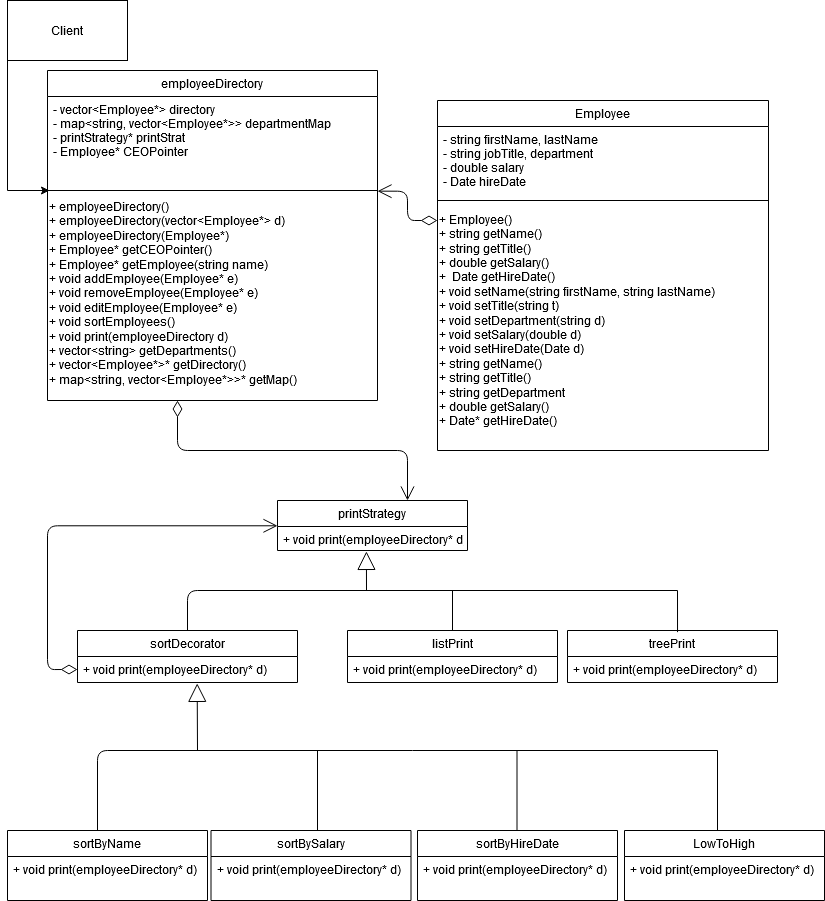
This is images/final_diagram.png from davids598/EmployeeDirectoryProgram, a draw.io export, as it was before one commit. Source tidied: cells renumbered, new cells last; positions are measured from the earlier drawing's top-left corner, leaving out a move shared by most shapes.
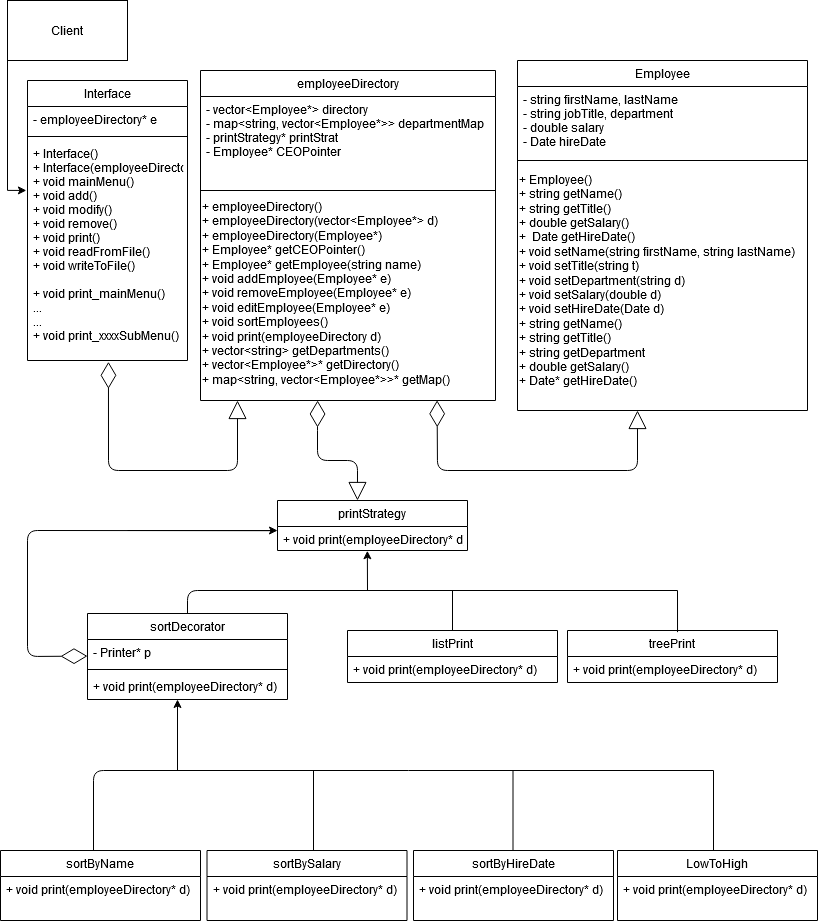
The same file after the commit.

Commit message:
updated class diagram

The edit, as a diff of the source:
```diff
@@ -3,48 +3,48 @@
     <mxCell id="0" />
     <mxCell id="1" parent="0" />
     <mxCell id="2" value="Employee" style="swimlane;fontStyle=0;align=center;verticalAlign=top;horizontal=1;startSize=26;rounded=0;shadow=0;strokeWidth=1;" parent="1" vertex="1">
-      <mxGeometry x="430" y="100" width="331" height="350" as="geometry" />
+      <mxGeometry x="510" y="60" width="290" height="350" as="geometry" />
     </mxCell>
     <mxCell id="3" value="- string firstName, lastName&#10;- string jobTitle, department&#10;- double salary&#10;- Date hireDate&#10; " style="text;align=left;verticalAlign=top;spacingLeft=4;spacingRight=4;overflow=hidden;" parent="2" vertex="1">
-      <mxGeometry y="26" width="331" height="64" as="geometry" />
+      <mxGeometry y="26" width="290" height="64" as="geometry" />
     </mxCell>
     <mxCell id="4" style="line;html=1;strokeWidth=1;align=left;verticalAlign=middle;spacingTop=-1;spacingLeft=3;spacingRight=3;labelPosition=right;" parent="2" vertex="1">
-      <mxGeometry y="90" width="331" height="20" as="geometry" />
+      <mxGeometry y="90" width="290" height="20" as="geometry" />
     </mxCell>
     <mxCell id="5" value="&lt;div&gt;+ Employee()&lt;/div&gt;&lt;div&gt;+ string getName()&lt;/div&gt;&lt;div align=&quot;left&quot;&gt;+ string getTitle()&lt;/div&gt;&lt;div align=&quot;left&quot;&gt;+ double getSalary()&lt;/div&gt;&lt;div align=&quot;left&quot;&gt;+&amp;nbsp; Date getHireDate()&lt;br&gt;&lt;/div&gt;&lt;div align=&quot;left&quot;&gt;+ void setName(string firstName, string lastName)&lt;br&gt;&lt;/div&gt;&lt;div align=&quot;left&quot;&gt;+ void setTitle(string t)&lt;/div&gt;&lt;div align=&quot;left&quot;&gt;+ void setDepartment(string d)&lt;br&gt;&lt;/div&gt;&lt;div align=&quot;left&quot;&gt;+ void setSalary(double d)&lt;/div&gt;&lt;div align=&quot;left&quot;&gt;+ void setHireDate(Date d) &lt;br&gt;&lt;/div&gt;&lt;div align=&quot;left&quot;&gt;+ string getName()&lt;/div&gt;&lt;div align=&quot;left&quot;&gt;+ string getTitle()&lt;/div&gt;&lt;div align=&quot;left&quot;&gt;+ string getDepartment&lt;/div&gt;&lt;div align=&quot;left&quot;&gt;+ double getSalary()&lt;/div&gt;&lt;div align=&quot;left&quot;&gt;+ Date* getHireDate()&lt;br&gt;&lt;/div&gt;" style="text;html=1;align=left;verticalAlign=middle;" parent="2" vertex="1">
-      <mxGeometry y="110" width="331" height="220" as="geometry" />
+      <mxGeometry y="110" width="290" height="220" as="geometry" />
     </mxCell>
     <mxCell id="6" value="LowToHigh" style="swimlane;fontStyle=0;align=center;verticalAlign=top;horizontal=1;startSize=26;rounded=0;shadow=0;strokeWidth=1;" parent="1" vertex="1">
-      <mxGeometry x="617" y="830" width="200" height="70" as="geometry" />
+      <mxGeometry x="610" y="850" width="200" height="70" as="geometry" />
     </mxCell>
     <mxCell id="7" value="+ void print(employeeDirectory* d)" style="text;align=left;verticalAlign=top;spacingLeft=4;spacingRight=4;overflow=hidden;" parent="6" vertex="1">
       <mxGeometry y="26" width="200" height="26" as="geometry" />
     </mxCell>
     <mxCell id="8" value="employeeDirectory" style="swimlane;fontStyle=0;align=center;verticalAlign=top;horizontal=1;startSize=26;rounded=0;shadow=0;strokeWidth=1;" parent="1" vertex="1">
-      <mxGeometry x="40" y="70" width="330" height="330" as="geometry" />
+      <mxGeometry x="193" y="70" width="295" height="330" as="geometry" />
     </mxCell>
     <mxCell id="9" value="- vector&lt;Employee*&gt; directory&#10;- map&lt;string, vector&lt;Employee*&gt;&gt; departmentMap&#10;- printStrategy* printStrat&#10;- Employee* CEOPointer&#10;&#10;" style="text;align=left;verticalAlign=top;spacingLeft=4;spacingRight=4;overflow=hidden;" parent="8" vertex="1">
-      <mxGeometry y="26" width="330" height="84" as="geometry" />
+      <mxGeometry y="26" width="295" height="84" as="geometry" />
     </mxCell>
     <mxCell id="10" style="line;html=1;strokeWidth=1;align=left;verticalAlign=middle;spacingTop=-1;spacingLeft=3;spacingRight=3;labelPosition=right;points=[];portConstraint=eastwest;" parent="8" vertex="1">
-      <mxGeometry y="110" width="330" height="20" as="geometry" />
+      <mxGeometry y="110" width="295" height="20" as="geometry" />
     </mxCell>
     <mxCell id="11" value="&lt;div&gt;+ employeeDirectory()&lt;/div&gt;&lt;div&gt;+ employeeDirectory(vector&amp;lt;Employee*&amp;gt; d)&lt;/div&gt;&lt;div&gt;+ employeeDirectory(Employee*)&lt;/div&gt;&lt;div&gt;+ Employee* getCEOPointer()&lt;br&gt;&lt;/div&gt;&lt;div&gt;+ Employee* getEmployee(string name)&lt;br&gt;&lt;/div&gt;&lt;div&gt;+ void addEmployee(Employee* e)&lt;/div&gt;&lt;div&gt;+ void removeEmployee(Employee* e)&lt;/div&gt;&lt;div&gt;+ void editEmployee(Employee* e)&lt;/div&gt;&lt;div&gt;+ void sortEmployees()&lt;/div&gt;&lt;div&gt;+ void print(employeeDirectory d)&lt;/div&gt;&lt;div&gt;+ vector&amp;lt;string&amp;gt; getDepartments()&lt;/div&gt;&lt;div&gt;+ vector&amp;lt;Employee*&amp;gt;* getDirectory()&lt;/div&gt;&lt;div&gt;+ map&amp;lt;string, vector&amp;lt;Employee*&amp;gt;&amp;gt;* getMap()&lt;/div&gt;&lt;div&gt;&lt;br&gt;&lt;/div&gt;" style="text;html=1;align=left;verticalAlign=middle;points=[];" parent="8" vertex="1">
-      <mxGeometry y="130" width="330" height="200" as="geometry" />
+      <mxGeometry y="130" width="295" height="200" as="geometry" />
     </mxCell>
     <mxCell id="12" value="sortBySalary" style="swimlane;fontStyle=0;align=center;verticalAlign=top;horizontal=1;startSize=26;rounded=0;shadow=0;strokeWidth=1;" parent="1" vertex="1">
-      <mxGeometry x="203.5" y="830" width="200" height="70" as="geometry" />
+      <mxGeometry x="199.5" y="850" width="200" height="70" as="geometry" />
     </mxCell>
     <mxCell id="13" value="+ void print(employeeDirectory* d)" style="text;align=left;verticalAlign=top;spacingLeft=4;spacingRight=4;overflow=hidden;" parent="12" vertex="1">
       <mxGeometry y="26" width="200" height="26" as="geometry" />
     </mxCell>
     <mxCell id="14" value="sortByName" style="swimlane;fontStyle=0;align=center;verticalAlign=top;horizontal=1;startSize=26;rounded=0;shadow=0;strokeWidth=1;" parent="1" vertex="1">
-      <mxGeometry y="830" width="200" height="70" as="geometry" />
+      <mxGeometry x="-7" y="850" width="200" height="70" as="geometry" />
     </mxCell>
     <mxCell id="15" value="+ void print(employeeDirectory* d)" style="text;align=left;verticalAlign=top;spacingLeft=4;spacingRight=4;overflow=hidden;" parent="14" vertex="1">
       <mxGeometry y="26" width="200" height="26" as="geometry" />
     </mxCell>
-    <mxCell id="16" style="edgeStyle=orthogonalEdgeStyle;rounded=0;jettySize=auto;html=1;entryX=0.006;entryY=0.5;entryDx=0;entryDy=0;entryPerimeter=0;" parent="1" edge="1" source="17" target="10">
+    <mxCell id="16" style="edgeStyle=orthogonalEdgeStyle;rounded=0;jettySize=auto;html=1;entryX=-0.007;entryY=0.227;entryDx=0;entryDy=0;entryPerimeter=0;" parent="1" edge="1" source="17" target="46">
       <mxGeometry relative="1" as="geometry">
         <Array as="points">
           <mxPoint y="190" />
@@ -54,16 +54,6 @@
     <mxCell id="17" value="&lt;div&gt;Client&lt;/div&gt;" style="rounded=0;whiteSpace=wrap;html=1;" parent="1" vertex="1">
       <mxGeometry width="120" height="60" as="geometry" />
     </mxCell>
-    <mxCell id="18" style="endArrow=open;html=1;endSize=12;startArrow=diamondThin;startSize=14;startFill=0;edgeStyle=orthogonalEdgeStyle;align=left;verticalAlign=bottom;entryX=1;entryY=0.533;entryDx=0;entryDy=0;entryPerimeter=0;" parent="1" edge="1" target="10">
-      <mxGeometry x="1" y="305" relative="1" as="geometry">
-        <mxPoint x="430" y="220" as="sourcePoint" />
-        <Array as="points">
-          <mxPoint x="400" y="220" />
-          <mxPoint x="400" y="191" />
-        </Array>
-        <mxPoint x="-160" y="-45" as="offset" />
-      </mxGeometry>
-    </mxCell>
     <mxCell id="19" value="treePrint" style="swimlane;fontStyle=0;align=center;verticalAlign=top;horizontal=1;startSize=26;rounded=0;shadow=0;strokeWidth=1;" parent="1" vertex="1">
       <mxGeometry x="560" y="630" width="210" height="52" as="geometry" />
     </mxCell>
@@ -76,51 +66,21 @@
     <mxCell id="22" value="+ void print(employeeDirectory* d)" style="text;align=left;verticalAlign=top;spacingLeft=4;spacingRight=4;overflow=hidden;" parent="21" vertex="1">
       <mxGeometry y="26" width="210" height="26" as="geometry" />
     </mxCell>
-    <mxCell id="23" value="sortDecorator" style="swimlane;fontStyle=0;align=center;verticalAlign=top;horizontal=1;startSize=26;" parent="1" vertex="1">
-      <mxGeometry x="70" y="630" width="220" height="52" as="geometry" />
-    </mxCell>
-    <mxCell id="24" value="+ void print(employeeDirectory* d)" style="text;strokeColor=none;fillColor=none;align=left;verticalAlign=top;spacingLeft=4;spacingRight=4;overflow=hidden;points=[[0,0.5],[1,0.5]];portConstraint=eastwest;" parent="23" vertex="1">
-      <mxGeometry y="26" width="220" height="26" as="geometry" />
-    </mxCell>
     <mxCell id="25" value="printStrategy" style="swimlane;fontStyle=0;align=center;verticalAlign=top;horizontal=1;startSize=26;" parent="1" vertex="1">
       <mxGeometry x="270" y="500" width="190" height="50" as="geometry" />
     </mxCell>
     <mxCell id="26" value="+ void print(employeeDirectory* d)&#10;" style="text;strokeColor=none;fillColor=none;align=left;verticalAlign=top;spacingLeft=4;spacingRight=4;overflow=hidden;points=[[0,0.5],[1,0.5]];portConstraint=eastwest;" parent="25" vertex="1">
       <mxGeometry y="26" width="190" height="24" as="geometry" />
     </mxCell>
-    <mxCell id="27" style="endArrow=open;html=1;endSize=12;startArrow=diamondThin;startSize=14;startFill=0;edgeStyle=orthogonalEdgeStyle;align=left;verticalAlign=bottom;" parent="1" edge="1" target="25">
-      <mxGeometry x="-0.3" y="30" relative="1" as="geometry">
-        <mxPoint x="170" y="400" as="sourcePoint" />
-        <Array as="points">
-          <mxPoint x="170" y="450" />
-          <mxPoint x="400" y="450" />
-        </Array>
-      </mxGeometry>
-    </mxCell>
-    <mxCell id="28" style="endArrow=open;html=1;endSize=12;startArrow=diamondThin;startSize=14;startFill=0;edgeStyle=orthogonalEdgeStyle;align=left;verticalAlign=bottom;exitX=0;exitY=0.5;exitDx=0;exitDy=0;" parent="1" edge="1" source="24">
-      <mxGeometry x="-0.67" y="-91" relative="1" as="geometry">
-        <mxPoint x="270" y="525.3" as="targetPoint" />
-        <Array as="points">
-          <mxPoint x="40" y="669" />
-          <mxPoint x="40" y="525" />
-        </Array>
-        <mxPoint x="-11" y="-1" as="offset" />
-      </mxGeometry>
-    </mxCell>
     <mxCell id="29" value="sortByHireDate" style="swimlane;fontStyle=0;align=center;verticalAlign=top;horizontal=1;startSize=26;rounded=0;shadow=0;strokeWidth=1;" parent="1" vertex="1">
-      <mxGeometry x="410" y="830" width="200" height="70" as="geometry" />
+      <mxGeometry x="406" y="850" width="200" height="70" as="geometry" />
     </mxCell>
     <mxCell id="30" value="+ void print(employeeDirectory* d)" style="text;align=left;verticalAlign=top;spacingLeft=4;spacingRight=4;overflow=hidden;" parent="29" vertex="1">
       <mxGeometry y="26" width="200" height="26" as="geometry" />
     </mxCell>
-    <mxCell id="31" style="endArrow=block;endSize=16;endFill=0;html=1;entryX=0.468;entryY=1.038;entryDx=0;entryDy=0;entryPerimeter=0;" parent="1" edge="1" target="26">
-      <mxGeometry x="1" y="98" relative="1" as="geometry">
-        <mxPoint x="359" y="590" as="sourcePoint" />
-        <mxPoint x="90" y="58" as="offset" />
-      </mxGeometry>
-    </mxCell>
-    <mxCell id="32" style="endArrow=none;html=1;exitX=0.5;exitY=0;exitDx=0;exitDy=0;" parent="1" edge="1" source="23">
+    <mxCell id="32" style="endArrow=none;html=1;exitX=0.5;exitY=0;exitDx=0;exitDy=0;" parent="1" edge="1">
       <mxGeometry relative="1" as="geometry">
+        <mxPoint x="180" y="630" as="sourcePoint" />
         <mxPoint x="670" y="590" as="targetPoint" />
         <Array as="points">
           <mxPoint x="180" y="590" />
@@ -137,37 +97,127 @@
         <mxPoint x="670" y="590" as="targetPoint" />
       </mxGeometry>
     </mxCell>
-    <mxCell id="35" style="endArrow=block;endSize=16;endFill=0;html=1;entryX=0.544;entryY=1.034;entryDx=0;entryDy=0;entryPerimeter=0;" parent="1" edge="1" target="24">
-      <mxGeometry y="-30" relative="1" as="geometry">
-        <mxPoint x="190" y="750" as="sourcePoint" />
-      </mxGeometry>
-    </mxCell>
     <mxCell id="36" style="endArrow=none;html=1;" parent="1" edge="1">
       <mxGeometry relative="1" as="geometry">
-        <mxPoint x="90" y="830" as="sourcePoint" />
-        <mxPoint x="710" y="750" as="targetPoint" />
+        <mxPoint x="86" y="850" as="sourcePoint" />
+        <mxPoint x="706" y="770" as="targetPoint" />
         <Array as="points">
-          <mxPoint x="90" y="750" />
+          <mxPoint x="86" y="770" />
         </Array>
       </mxGeometry>
     </mxCell>
     <mxCell id="37" style="endArrow=none;html=1;" parent="1" edge="1">
       <mxGeometry relative="1" as="geometry">
-        <mxPoint x="710" y="830" as="sourcePoint" />
-        <mxPoint x="710" y="750" as="targetPoint" />
+        <mxPoint x="706" y="850" as="sourcePoint" />
+        <mxPoint x="706" y="770" as="targetPoint" />
       </mxGeometry>
     </mxCell>
     <mxCell id="38" style="endArrow=none;html=1;" parent="1" edge="1">
       <mxGeometry relative="1" as="geometry">
-        <mxPoint x="509.5" y="830" as="sourcePoint" />
-        <mxPoint x="509.5" y="750" as="targetPoint" />
+        <mxPoint x="505.5" y="850" as="sourcePoint" />
+        <mxPoint x="505.5" y="770" as="targetPoint" />
       </mxGeometry>
     </mxCell>
     <mxCell id="39" style="endArrow=none;html=1;" parent="1" edge="1">
       <mxGeometry relative="1" as="geometry">
-        <mxPoint x="310" y="830" as="sourcePoint" />
-        <mxPoint x="310" y="750" as="targetPoint" />
+        <mxPoint x="306" y="850" as="sourcePoint" />
+        <mxPoint x="306" y="770" as="targetPoint" />
       </mxGeometry>
     </mxCell>
+    <mxCell id="40" style="endArrow=diamondThin;endFill=0;endSize=24;html=1;entryX=0.397;entryY=1;entryDx=0;entryDy=0;entryPerimeter=0;" parent="1" edge="1" target="11">
+      <mxGeometry relative="1" as="geometry">
+        <mxPoint x="310" y="430" as="sourcePoint" />
+      </mxGeometry>
+    </mxCell>
+    <mxCell id="41" style="endArrow=diamondThin;endFill=0;endSize=24;html=1;exitX=-0.007;exitY=0.174;exitDx=0;exitDy=0;exitPerimeter=0;entryX=0;entryY=0.638;entryDx=0;entryDy=0;entryPerimeter=0;" parent="1" edge="1" source="26" target="52">
+      <mxGeometry relative="1" as="geometry">
+        <Array as="points">
+          <mxPoint x="20" y="530" />
+          <mxPoint x="20" y="656" />
+        </Array>
+      </mxGeometry>
+    </mxCell>
+    <mxCell id="42" style="endArrow=classic;html=1;" parent="1" edge="1">
+      <mxGeometry relative="1" as="geometry">
+        <mxPoint x="120" y="530" as="sourcePoint" />
+        <mxPoint x="270" y="530" as="targetPoint" />
+      </mxGeometry>
+    </mxCell>
+    <mxCell id="43" value="Interface" style="swimlane;fontStyle=0;align=center;verticalAlign=top;horizontal=1;startSize=26;" parent="1" vertex="1">
+      <mxGeometry x="20" y="80" width="160" height="280" as="geometry" />
+    </mxCell>
+    <mxCell id="44" value="- employeeDirectory* e" style="text;strokeColor=none;fillColor=none;align=left;verticalAlign=top;spacingLeft=4;spacingRight=4;overflow=hidden;" parent="43" vertex="1">
+      <mxGeometry y="26" width="160" height="26" as="geometry" />
+    </mxCell>
+    <mxCell id="45" style="line;strokeWidth=1;fillColor=none;align=left;verticalAlign=middle;spacingTop=-1;spacingLeft=3;spacingRight=3;labelPosition=right;" parent="43" vertex="1">
+      <mxGeometry y="52" width="160" height="8" as="geometry" />
+    </mxCell>
+    <mxCell id="46" value="+ Interface()&#10;+ Interface(employeeDirectory*)&#10;+ void mainMenu()&#10;+ void add()&#10;+ void modify()&#10;+ void remove()&#10;+ void print()&#10;+ void readFromFile()&#10;+ void writeToFile()&#10;&#10;+ void print_mainMenu()&#10;...&#10;...&#10;+ void print_xxxxSubMenu()" style="text;strokeColor=none;fillColor=none;align=left;verticalAlign=top;spacingLeft=4;spacingRight=4;overflow=hidden;points=[[0,0.5],[1,0.5]];portConstraint=eastwest;" parent="43" vertex="1">
+      <mxGeometry y="60" width="160" height="220" as="geometry" />
+    </mxCell>
+    <mxCell id="47" style="endArrow=block;endSize=16;endFill=0;html=1;" parent="1" edge="1">
+      <mxGeometry x="-0.04" y="-40" relative="1" as="geometry">
+        <mxPoint x="630" y="450" as="sourcePoint" />
+        <mxPoint x="630" y="410" as="targetPoint" />
+      </mxGeometry>
+    </mxCell>
+    <mxCell id="48" style="endArrow=diamondThin;endFill=0;endSize=24;html=1;entryX=0.802;entryY=0.999;entryDx=0;entryDy=0;entryPerimeter=0;" parent="1" edge="1" target="11">
+      <mxGeometry relative="1" as="geometry">
+        <mxPoint x="630" y="430" as="sourcePoint" />
+        <Array as="points">
+          <mxPoint x="630" y="470" />
+          <mxPoint x="430" y="470" />
+        </Array>
+      </mxGeometry>
+    </mxCell>
+    <mxCell id="49" style="endArrow=block;endSize=16;endFill=0;html=1;entryX=0.421;entryY=0;entryDx=0;entryDy=0;entryPerimeter=0;" parent="1" edge="1" target="25">
+      <mxGeometry x="0.12" y="-25" relative="1" as="geometry">
+        <mxPoint x="310" y="430" as="sourcePoint" />
+        <Array as="points">
+          <mxPoint x="310" y="460" />
+          <mxPoint x="350" y="460" />
+        </Array>
+        <mxPoint y="1" as="offset" />
+      </mxGeometry>
+    </mxCell>
+    <mxCell id="50" style="endArrow=classic;html=1;" parent="1" edge="1">
+      <mxGeometry relative="1" as="geometry">
+        <mxPoint x="170" y="770" as="sourcePoint" />
+        <mxPoint x="170" y="699" as="targetPoint" />
+      </mxGeometry>
+    </mxCell>
+    <mxCell id="51" style="endArrow=classic;html=1;entryX=0.473;entryY=1.011;entryDx=0;entryDy=0;entryPerimeter=0;" parent="1" edge="1" target="26">
+      <mxGeometry relative="1" as="geometry">
+        <mxPoint x="360" y="590" as="sourcePoint" />
+      </mxGeometry>
+    </mxCell>
+    <mxCell id="23" value="sortDecorator" style="swimlane;fontStyle=0;align=center;verticalAlign=top;horizontal=1;startSize=26;" parent="1" vertex="1">
+      <mxGeometry x="80" y="613" width="200" height="86" as="geometry" />
+    </mxCell>
+    <mxCell id="52" value="- Printer* p" style="text;strokeColor=none;fillColor=none;align=left;verticalAlign=top;spacingLeft=4;spacingRight=4;overflow=hidden;points=[[0,0.5],[1,0.5]];portConstraint=eastwest;" parent="23" vertex="1">
+      <mxGeometry y="26" width="200" height="26" as="geometry" />
+    </mxCell>
+    <mxCell id="53" style="line;strokeWidth=1;fillColor=none;align=left;verticalAlign=middle;spacingTop=-1;spacingLeft=3;spacingRight=3;labelPosition=right;" parent="23" vertex="1">
+      <mxGeometry y="52" width="200" height="8" as="geometry" />
+    </mxCell>
+    <mxCell id="24" value="+ void print(employeeDirectory* d)" style="text;strokeColor=none;fillColor=none;align=left;verticalAlign=top;spacingLeft=4;spacingRight=4;overflow=hidden;points=[[0,0.5],[1,0.5]];portConstraint=eastwest;" parent="23" vertex="1">
+      <mxGeometry y="60" width="200" height="26" as="geometry" />
+    </mxCell>
+    <mxCell id="54" style="endArrow=diamondThin;endFill=0;endSize=24;html=1;entryX=0.506;entryY=1.006;entryDx=0;entryDy=0;entryPerimeter=0;" parent="1" edge="1" target="46">
+      <mxGeometry relative="1" as="geometry">
+        <mxPoint x="230" y="430" as="sourcePoint" />
+        <Array as="points">
+          <mxPoint x="230" y="470" />
+          <mxPoint x="101" y="470" />
+        </Array>
+      </mxGeometry>
+    </mxCell>
+    <mxCell id="55" style="endArrow=block;endSize=16;endFill=0;html=1;" parent="1" edge="1">
+      <mxGeometry x="0.12" y="-25" relative="1" as="geometry">
+        <mxPoint x="230" y="450" as="sourcePoint" />
+        <mxPoint x="230" y="400" as="targetPoint" />
+        <mxPoint y="1" as="offset" />
+      </mxGeometry>
+    </mxCell>
   </root>
 </mxGraphModel>
```
